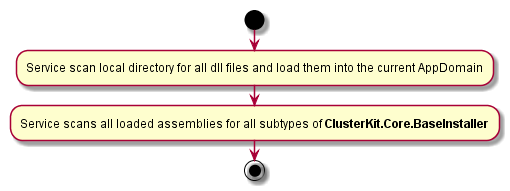
Before: ClusterKit.Core/Documentation/Service.png, a diagram exported from PlantUML (KlusterKite/KlusterKite). The source it was exported from:
```plantuml
@startuml

start

:Service scan local directory for all dll files and load them into the current AppDomain;
:Service scans all loaded assemblies for all subtypes of **ClusterKit.Core.BaseInstaller**;

stop
@enduml
```
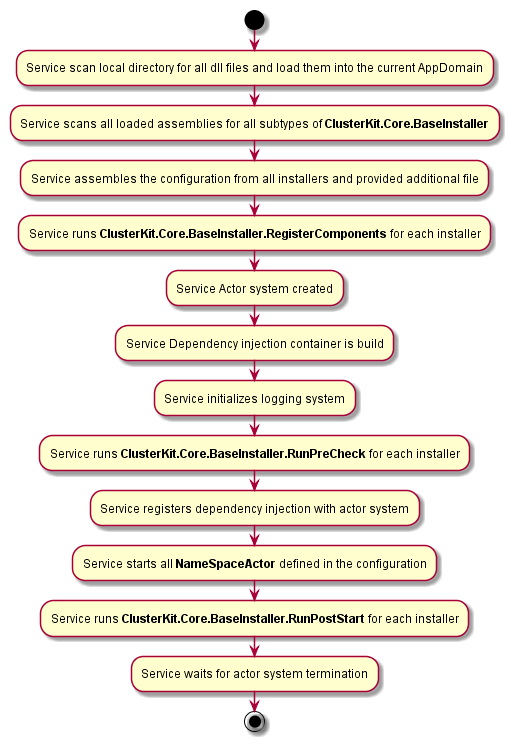
The same file after the commit.

Commit message:
NodeUpgradeDowngrade: BaseInstaller documentation

Change to the diagram source:
```diff
@@ -4,6 +4,16 @@
 
 :Service scan local directory for all dll files and load them into the current AppDomain;
 :Service scans all loaded assemblies for all subtypes of **ClusterKit.Core.BaseInstaller**;
+:Service assembles the configuration from all installers and provided additional file;
+:Service runs **ClusterKit.Core.BaseInstaller.RegisterComponents** for each installer;
+:Service Actor system created;
+:Service Dependency injection container is build;
+:Service initializes logging system;
+:Service runs **ClusterKit.Core.BaseInstaller.RunPreCheck** for each installer;
+:Service registers dependency injection with actor system;
+:Service starts all **NameSpaceActor** defined in the configuration;
+:Service runs **ClusterKit.Core.BaseInstaller.RunPostStart** for each installer;
+:Service waits for actor system termination;
 
 stop
 @enduml
```
